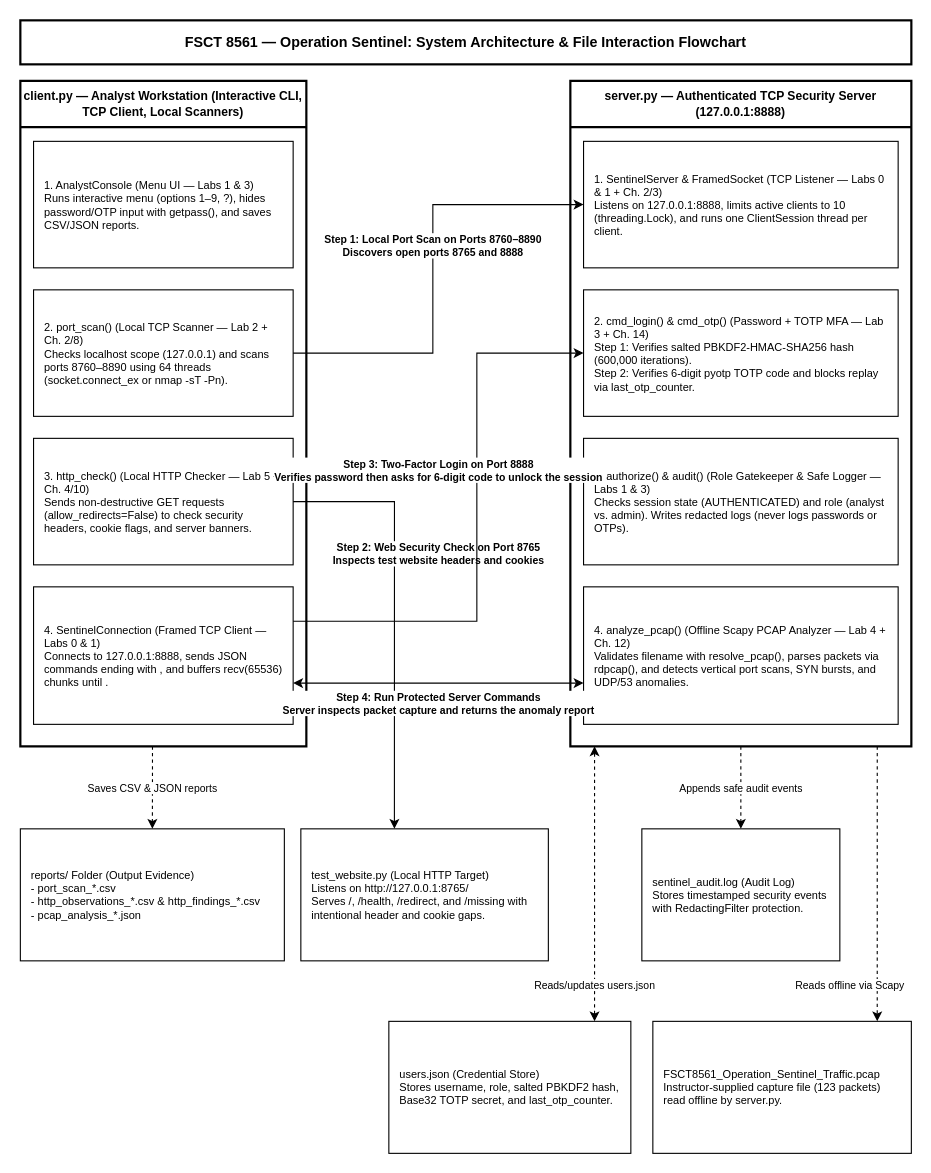
Earlier version of the draw.io diagram portrait.drawio (wotprizzleR6/FSCT8561-Midterm-Billy-Zandan). Source tidied: cells renumbered, new cells numbered last; positions are measured from the earlier drawing's top-left corner, leaving out a move shared by most shapes. Both pictures are drawn from the tidied source at 110%, with x=0, y=0 at pixel (20, 20).
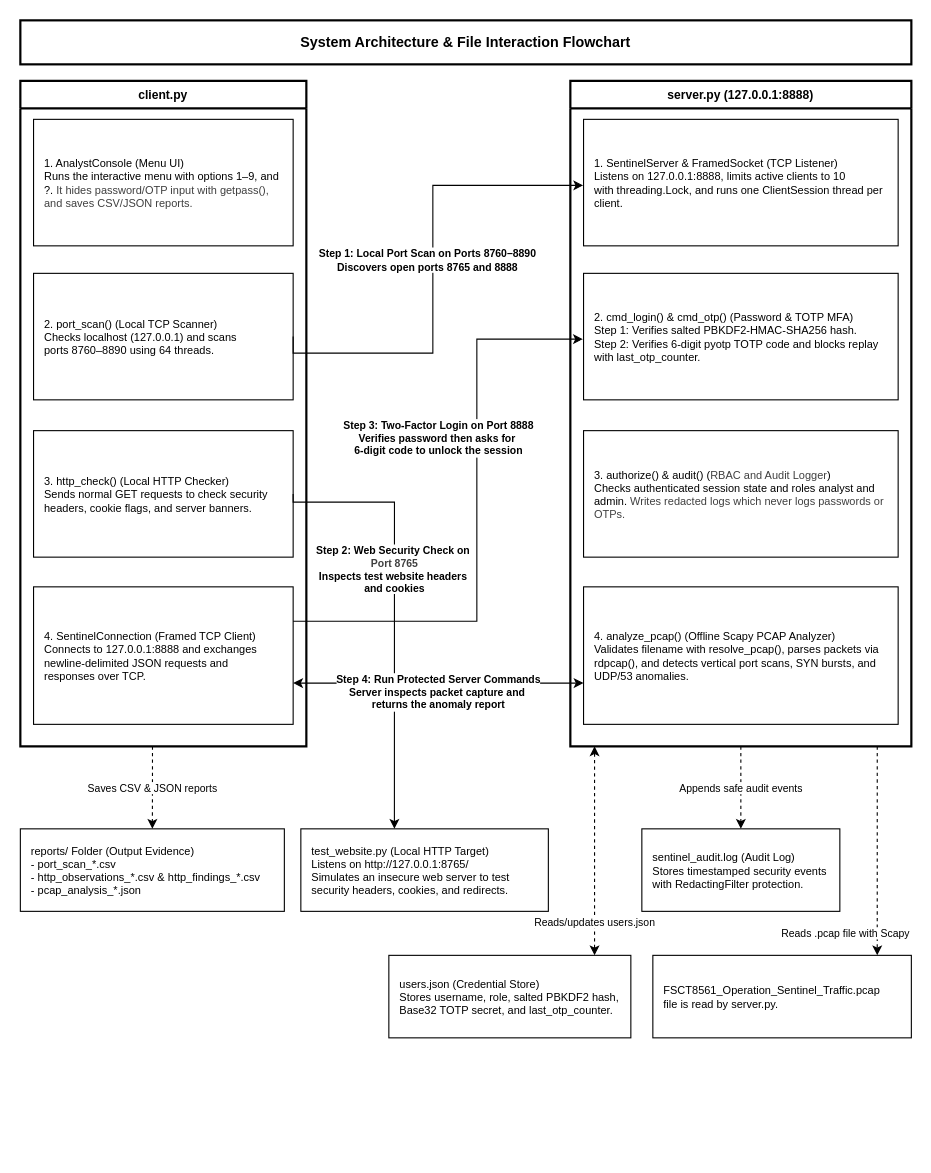
The same page after the edit.

Change to the diagram source:
```diff
@@
-    <mxCell id="2" value="&lt;b&gt;FSCT 8561 — Operation Sentinel: System Architecture &amp;amp; File Interaction Flowchart&lt;/b&gt;" style="rounded=0;whiteSpace=wrap;html=1;strokeWidth=2;fontSize=13;align=center;verticalAlign=middle;fillColor=#ffffff;strokeColor=#000000;" parent="1" vertex="1">
+    <mxCell id="2" value="&lt;b&gt;System Architecture &amp;amp; File Interaction Flowchart&lt;/b&gt;" style="rounded=0;whiteSpace=wrap;html=1;strokeWidth=2;fontSize=13;align=center;verticalAlign=middle;fillColor=#ffffff;strokeColor=#000000;" parent="1" vertex="1">
       <mxGeometry width="810" height="40" as="geometry" />
     </mxCell>
-    <mxCell id="3" value="&lt;b&gt;client.py — Analyst Workstation (Interactive CLI, TCP Client, Local Scanners)&lt;/b&gt;" style="swimlane;whiteSpace=wrap;html=1;startSize=42;strokeWidth=2;fontSize=11;fillColor=#ffffff;strokeColor=#000000;swimlaneFillColor=#ffffff;" parent="1" vertex="1">
+    <mxCell id="3" value="&lt;b&gt;client.py&lt;/b&gt;" style="swimlane;whiteSpace=wrap;html=1;startSize=25;strokeWidth=2;fontSize=11;fillColor=#ffffff;strokeColor=#000000;swimlaneFillColor=#ffffff;" parent="1" vertex="1">
       <mxGeometry y="55" width="260" height="605" as="geometry" />
     </mxCell>
-    <mxCell id="4" value="1. AnalystConsole (Menu UI — Labs 1 &amp;amp; 3)&lt;br&gt;Runs interactive menu (options 1–9, ?), hides password/OTP input with getpass(), and saves CSV/JSON reports." style="rounded=0;whiteSpace=wrap;html=1;align=left;verticalAlign=middle;spacingLeft=8;spacingRight=6;fontSize=10;fillColor=#ffffff;strokeColor=#000000;" parent="3" vertex="1">
-      <mxGeometry x="12" y="55" width="236" height="115" as="geometry" />
+    <mxCell id="4" value="1. AnalystConsole (Menu UI)&lt;br&gt;Runs the interactive menu with options 1–9, and ?.&amp;nbsp;&lt;span style=&quot;color: rgb(63, 63, 63); background-color: transparent;&quot;&gt;It hides password/OTP input with getpass(), and&amp;nbsp;&lt;/span&gt;&lt;span style=&quot;color: rgb(63, 63, 63); background-color: transparent;&quot;&gt;saves CSV/JSON reports.&lt;/span&gt;" style="rounded=0;whiteSpace=wrap;html=1;align=left;verticalAlign=middle;spacingLeft=8;spacingRight=6;fontSize=10;fillColor=#ffffff;strokeColor=#000000;" parent="3" vertex="1">
+      <mxGeometry x="12" y="35" width="236" height="115" as="geometry" />
     </mxCell>
-    <mxCell id="5" value="2. port_scan() (Local TCP Scanner — Lab 2 + Ch. 2/8)&lt;br&gt;Checks localhost scope (127.0.0.1) and scans ports 8760–8890 using 64 threads (socket.connect_ex or nmap -sT -Pn)." style="rounded=0;whiteSpace=wrap;html=1;align=left;verticalAlign=middle;spacingLeft=8;spacingRight=6;fontSize=10;fillColor=#ffffff;strokeColor=#000000;" parent="3" vertex="1">
-      <mxGeometry x="12" y="190" width="236" height="115" as="geometry" />
+    <mxCell id="5" value="2. port_scan() (Local TCP Scanner)&lt;br&gt;Checks localhost (127.0.0.1) and scans&amp;nbsp;&lt;div&gt;ports 8760–8890 using 64 threads.&lt;/div&gt;" style="rounded=0;whiteSpace=wrap;html=1;align=left;verticalAlign=middle;spacingLeft=8;spacingRight=6;fontSize=10;fillColor=#ffffff;strokeColor=#000000;" parent="3" vertex="1">
+      <mxGeometry x="12" y="175" width="236" height="115" as="geometry" />
     </mxCell>
-    <mxCell id="6" value="3. http_check() (Local HTTP Checker — Lab 5 + Ch. 4/10)&lt;br&gt;Sends non-destructive GET requests (allow_redirects=False) to check security headers, cookie flags, and server banners." style="rounded=0;whiteSpace=wrap;html=1;align=left;verticalAlign=middle;spacingLeft=8;spacingRight=6;fontSize=10;fillColor=#ffffff;strokeColor=#000000;" parent="3" vertex="1">
-      <mxGeometry x="12" y="325" width="236" height="115" as="geometry" />
+    <mxCell id="6" value="3. http_check() (Local HTTP Checker)&lt;br&gt;Sends normal GET requests to check security&amp;nbsp;&lt;div&gt;headers, cookie flags, and server banners.&lt;/div&gt;" style="rounded=0;whiteSpace=wrap;html=1;align=left;verticalAlign=middle;spacingLeft=8;spacingRight=6;fontSize=10;fillColor=#ffffff;strokeColor=#000000;" parent="3" vertex="1">
+      <mxGeometry x="12" y="318" width="236" height="115" as="geometry" />
     </mxCell>
-    <mxCell id="7" value="4. SentinelConnection (Framed TCP Client — Labs 0 &amp;amp; 1)&lt;br&gt;Connects to 127.0.0.1:8888, sends JSON commands ending with , and buffers recv(65536) chunks until ." style="rounded=0;whiteSpace=wrap;html=1;align=left;verticalAlign=middle;spacingLeft=8;spacingRight=6;fontSize=10;fillColor=#ffffff;strokeColor=#000000;" parent="3" vertex="1">
+    <mxCell id="7" value="4. SentinelConnection (Framed TCP Client)&lt;br&gt;Connects to 127.0.0.1:8888 and  exchanges&amp;nbsp;&lt;div&gt;newline-delimited JSON  requests and&amp;nbsp;&lt;/div&gt;&lt;div&gt;responses over TCP.&lt;/div&gt;" style="rounded=0;whiteSpace=wrap;html=1;align=left;verticalAlign=middle;spacingLeft=8;spacingRight=6;fontSize=10;fillColor=#ffffff;strokeColor=#000000;" parent="3" vertex="1">
       <mxGeometry x="12" y="460" width="236" height="125" as="geometry" />
     </mxCell>
-    <mxCell id="8" value="&lt;b&gt;server.py — Authenticated TCP Security Server (127.0.0.1:8888)&lt;/b&gt;" style="swimlane;whiteSpace=wrap;html=1;startSize=42;strokeWidth=2;fontSize=11;fillColor=#ffffff;strokeColor=#000000;swimlaneFillColor=#ffffff;" parent="1" vertex="1">
+    <mxCell id="8" value="&lt;b&gt;server.py (127.0.0.1:8888)&lt;/b&gt;" style="swimlane;whiteSpace=wrap;html=1;startSize=25;strokeWidth=2;fontSize=11;fillColor=#ffffff;strokeColor=#000000;swimlaneFillColor=#ffffff;" parent="1" vertex="1">
       <mxGeometry x="500" y="55" width="310" height="605" as="geometry" />
     </mxCell>
-    <mxCell id="9" value="1. SentinelServer &amp;amp; FramedSocket (TCP Listener — Labs 0 &amp;amp; 1 + Ch. 2/3)&lt;br&gt;Listens on 127.0.0.1:8888, limits active clients to 10 (threading.Lock), and runs one ClientSession thread per client." style="rounded=0;whiteSpace=wrap;html=1;align=left;verticalAlign=middle;spacingLeft=8;spacingRight=6;fontSize=10;fillColor=#ffffff;strokeColor=#000000;" parent="8" vertex="1">
-      <mxGeometry x="12" y="55" width="286" height="115" as="geometry" />
+    <mxCell id="9" value="1. SentinelServer &amp;amp; FramedSocket (TCP Listener)&lt;br&gt;Listens on 127.0.0.1:8888, limits active clients to 10&amp;nbsp;&lt;div&gt;with threading.Lock, and runs one ClientSession thread per client.&lt;/div&gt;" style="rounded=0;whiteSpace=wrap;html=1;align=left;verticalAlign=middle;spacingLeft=8;spacingRight=6;fontSize=10;fillColor=#ffffff;strokeColor=#000000;" parent="8" vertex="1">
+      <mxGeometry x="12" y="35" width="286" height="115" as="geometry" />
     </mxCell>
-    <mxCell id="10" value="2. cmd_login() &amp;amp; cmd_otp() (Password + TOTP MFA — Lab 3 + Ch. 14)&lt;br&gt;Step 1: Verifies salted PBKDF2-HMAC-SHA256 hash (600,000 iterations).&lt;br&gt;Step 2: Verifies 6-digit pyotp TOTP code and blocks replay via last_otp_counter." style="rounded=0;whiteSpace=wrap;html=1;align=left;verticalAlign=middle;spacingLeft=8;spacingRight=6;fontSize=10;fillColor=#ffffff;strokeColor=#000000;" parent="8" vertex="1">
-      <mxGeometry x="12" y="190" width="286" height="115" as="geometry" />
+    <mxCell id="10" value="2. cmd_login() &amp;amp; cmd_otp() (Password &amp;amp; TOTP MFA)&lt;br&gt;Step 1: Verifies salted PBKDF2-HMAC-SHA256 hash.&lt;br&gt;Step 2: Verifies 6-digit pyotp TOTP code and blocks replay with last_otp_counter." style="rounded=0;whiteSpace=wrap;html=1;align=left;verticalAlign=middle;spacingLeft=8;spacingRight=6;fontSize=10;fillColor=#ffffff;strokeColor=#000000;" parent="8" vertex="1">
+      <mxGeometry x="12" y="175" width="286" height="115" as="geometry" />
     </mxCell>
-    <mxCell id="11" value="3. authorize() &amp;amp; audit() (Role Gatekeeper &amp;amp; Safe Logger — Labs 1 &amp;amp; 3)&lt;br&gt;Checks session state (AUTHENTICATED) and role (analyst vs. admin). Writes redacted logs (never logs passwords or OTPs)." style="rounded=0;whiteSpace=wrap;html=1;align=left;verticalAlign=middle;spacingLeft=8;spacingRight=6;fontSize=10;fillColor=#ffffff;strokeColor=#000000;" parent="8" vertex="1">
-      <mxGeometry x="12" y="325" width="286" height="115" as="geometry" />
+    <mxCell id="11" value="3. authorize() &amp;amp; audit() (&lt;span style=&quot;color: rgb(63, 63, 63); scrollbar-color: rgba(139, 148, 158, 0.2) rgb(13, 17, 23); text-align: center;&quot;&gt;&lt;font&gt;RBAC and Audit Logger&lt;/font&gt;&lt;/span&gt;)&lt;br&gt;Checks authenticated session state and roles analyst and admin.&amp;nbsp;&lt;span style=&quot;color: rgb(63, 63, 63); background-color: transparent;&quot;&gt;Writes redacted logs which never logs passwords or OTPs.&lt;/span&gt;" style="rounded=0;whiteSpace=wrap;html=1;align=left;verticalAlign=middle;spacingLeft=8;spacingRight=6;fontSize=10;fillColor=#ffffff;strokeColor=#000000;" parent="8" vertex="1">
+      <mxGeometry x="12" y="318" width="286" height="115" as="geometry" />
     </mxCell>
-    <mxCell id="12" value="4. analyze_pcap() (Offline Scapy PCAP Analyzer — Lab 4 + Ch. 12)&lt;br&gt;Validates filename with resolve_pcap(), parses packets via rdpcap(), and detects vertical port scans, SYN bursts, and UDP/53 anomalies." style="rounded=0;whiteSpace=wrap;html=1;align=left;verticalAlign=middle;spacingLeft=8;spacingRight=6;fontSize=10;fillColor=#ffffff;strokeColor=#000000;" parent="8" vertex="1">
+    <mxCell id="12" value="4. analyze_pcap() (Offline Scapy PCAP Analyzer)&lt;br&gt;Validates filename with resolve_pcap(), parses packets via rdpcap(), and detects vertical port scans, SYN bursts, and UDP/53 anomalies." style="rounded=0;whiteSpace=wrap;html=1;align=left;verticalAlign=middle;spacingLeft=8;spacingRight=6;fontSize=10;fillColor=#ffffff;strokeColor=#000000;" parent="8" vertex="1">
       <mxGeometry x="12" y="460" width="286" height="125" as="geometry" />
     </mxCell>
     <mxCell id="13" value="reports/ Folder (Output Evidence)&lt;br&gt;- port_scan_*.csv&lt;br&gt;- http_observations_*.csv &amp;amp; http_findings_*.csv&lt;br&gt;- pcap_analysis_*.json" style="rounded=0;whiteSpace=wrap;html=1;align=left;verticalAlign=middle;spacingLeft=8;spacingRight=6;fontSize=10;fillColor=#ffffff;strokeColor=#000000;" parent="1" vertex="1">
-      <mxGeometry y="735" width="240" height="120" as="geometry" />
+      <mxGeometry y="735" width="240" height="75" as="geometry" />
     </mxCell>
-    <mxCell id="14" value="test_website.py (Local HTTP Target)&lt;br&gt;Listens on http://127.0.0.1:8765/&lt;br&gt;Serves /, /health, /redirect, and /missing with intentional header and cookie gaps." style="rounded=0;whiteSpace=wrap;html=1;align=left;verticalAlign=middle;spacingLeft=8;spacingRight=6;fontSize=10;fillColor=#ffffff;strokeColor=#000000;" parent="1" vertex="1">
-      <mxGeometry x="255" y="735" width="225" height="120" as="geometry" />
+    <mxCell id="14" value="test_website.py (Local HTTP Target)&lt;br&gt;Listens on http://127.0.0.1:8765/&lt;br&gt;Simulates an insecure web server to test security headers, cookies, and redirects." style="rounded=0;whiteSpace=wrap;html=1;align=left;verticalAlign=middle;spacingLeft=8;spacingRight=6;fontSize=10;fillColor=#ffffff;strokeColor=#000000;" parent="1" vertex="1">
+      <mxGeometry x="255" y="735" width="225" height="75" as="geometry" />
     </mxCell>
     <mxCell id="15" value="sentinel_audit.log (Audit Log)&lt;br&gt;Stores timestamped security events with RedactingFilter protection." style="rounded=0;whiteSpace=wrap;html=1;align=left;verticalAlign=middle;spacingLeft=8;spacingRight=6;fontSize=10;fillColor=#ffffff;strokeColor=#000000;" parent="1" vertex="1">
-      <mxGeometry x="565" y="735" width="180" height="120" as="geometry" />
+      <mxGeometry x="565" y="735" width="180" height="75" as="geometry" />
     </mxCell>
     <mxCell id="16" value="users.json (Credential Store)&lt;br&gt;Stores username, role, salted PBKDF2 hash, Base32 TOTP secret, and last_otp_counter." style="rounded=0;whiteSpace=wrap;html=1;align=left;verticalAlign=middle;spacingLeft=8;spacingRight=6;fontSize=10;fillColor=#ffffff;strokeColor=#000000;" parent="1" vertex="1">
-      <mxGeometry x="335" y="910" width="220" height="120" as="geometry" />
+      <mxGeometry x="335" y="850" width="220" height="75" as="geometry" />
     </mxCell>
-    <mxCell id="17" value="FSCT8561_Operation_Sentinel_Traffic.pcap&lt;br&gt;Instructor-supplied capture file (123 packets) read offline by server.py." style="rounded=0;whiteSpace=wrap;html=1;align=left;verticalAlign=middle;spacingLeft=8;spacingRight=6;fontSize=10;fillColor=#ffffff;strokeColor=#000000;" parent="1" vertex="1">
-      <mxGeometry x="575" y="910" width="235" height="120" as="geometry" />
+    <mxCell id="17" value="FSCT8561_Operation_Sentinel_Traffic.pcap&lt;br&gt;file is read by server.py." style="rounded=0;whiteSpace=wrap;html=1;align=left;verticalAlign=middle;spacingLeft=8;spacingRight=6;fontSize=10;fillColor=#ffffff;strokeColor=#000000;" parent="1" vertex="1">
+      <mxGeometry x="575" y="850" width="235" height="75" as="geometry" />
     </mxCell>
-    <mxCell id="18" value="&lt;b&gt;Step 1: Local Port Scan on Ports 8760–8890&lt;br&gt;Discovers open ports 8765 and 8888&lt;/b&gt;" style="edgeStyle=orthogonalEdgeStyle;rounded=0;jettySize=auto;html=1;exitX=1;exitY=0.5;exitDx=0;exitDy=0;entryX=0;entryY=0.5;entryDx=0;entryDy=0;endArrow=classic;fontSize=9.5;labelBackgroundColor=#ffffff;" parent="1" edge="1" source="5" target="9">
-      <mxGeometry relative="1" as="geometry">
+    <mxCell id="18" value="&lt;b&gt;Step 1: Local Port Scan on Ports 8760–8890&lt;br&gt;Discovers open ports 8765 and 8888&lt;/b&gt;" style="edgeStyle=orthogonalEdgeStyle;rounded=0;jettySize=auto;html=1;exitX=1;exitY=0.5;exitDx=0;exitDy=0;endArrow=classic;fontSize=9.5;labelBackgroundColor=#ffffff;entryX=-0.001;entryY=0.522;entryDx=0;entryDy=0;entryPerimeter=0;" parent="1" edge="1" source="5" target="9">
+      <mxGeometry x="0.05" y="5" relative="1" as="geometry">
         <Array as="points">
-          <mxPoint x="375" y="303" />
-          <mxPoint x="375" y="168" />
+          <mxPoint x="375" y="302.5" />
+          <mxPoint x="375" y="150" />
         </Array>
-        <mxPoint y="-25" as="offset" />
+        <mxPoint y="-1" as="offset" />
       </mxGeometry>
     </mxCell>
-    <mxCell id="19" value="&lt;b&gt;Step 2: Web Security Check on Port 8765&lt;br&gt;Inspects test website headers and cookies&lt;/b&gt;" style="edgeStyle=orthogonalEdgeStyle;rounded=0;jettySize=auto;html=1;exitX=1;exitY=0.5;exitDx=0;exitDy=0;entryX=0.378;entryY=0;entryDx=0;entryDy=0;entryPerimeter=0;endArrow=classic;fontSize=9.5;labelBackgroundColor=#ffffff;" parent="1" edge="1" source="6" target="14">
-      <mxGeometry relative="1" as="geometry">
+    <mxCell id="19" value="&lt;b&gt;Step 2: Web Security Check on&amp;nbsp;&lt;/b&gt;&lt;div&gt;&lt;b style=&quot;color: rgb(63, 63, 63); background-color: light-dark(rgb(255, 255, 255), rgb(18, 18, 18));&quot;&gt;Port 8765&lt;/b&gt;&lt;div&gt;&lt;b&gt;Inspects test website headers&amp;nbsp;&lt;/b&gt;&lt;/div&gt;&lt;div&gt;&lt;b&gt;and cookies&lt;/b&gt;&lt;/div&gt;&lt;/div&gt;" style="edgeStyle=orthogonalEdgeStyle;rounded=0;jettySize=auto;html=1;exitX=1;exitY=0.5;exitDx=0;exitDy=0;entryX=0.378;entryY=0;entryDx=0;entryDy=0;entryPerimeter=0;endArrow=classic;fontSize=9.5;labelBackgroundColor=#ffffff;" parent="1" edge="1" source="6" target="14">
+      <mxGeometry x="-0.19" relative="1" as="geometry">
         <Array as="points">
           <mxPoint x="340" y="438" />
         </Array>
-        <mxPoint x="40" y="-55" as="offset" />
       </mxGeometry>
     </mxCell>
-    <mxCell id="20" value="&lt;b&gt;Step 3: Two-Factor Login on Port 8888&lt;br&gt;Verifies password then asks for 6-digit code to unlock the session&lt;/b&gt;" style="edgeStyle=orthogonalEdgeStyle;rounded=0;jettySize=auto;html=1;exitX=1;exitY=0.25;exitDx=0;exitDy=0;entryX=0;entryY=0.5;entryDx=0;entryDy=0;endArrow=classic;fontSize=9.5;labelBackgroundColor=#ffffff;" parent="1" edge="1" source="7" target="10">
-      <mxGeometry relative="1" as="geometry">
+    <mxCell id="20" value="&lt;b&gt;Step 3: Two-Factor Login on Port 8888&lt;br&gt;Verifies password then asks for&amp;nbsp;&lt;/b&gt;&lt;div&gt;&lt;b&gt;6-digit code to unlock the session&lt;/b&gt;&lt;/div&gt;" style="edgeStyle=orthogonalEdgeStyle;rounded=0;jettySize=auto;html=1;exitX=1;exitY=0.25;exitDx=0;exitDy=0;entryX=-0.002;entryY=0.52;entryDx=0;entryDy=0;endArrow=classic;fontSize=9.5;labelBackgroundColor=#ffffff;entryPerimeter=0;" parent="1" edge="1" source="7" target="10">
+      <mxGeometry x="0.28" y="35" relative="1" as="geometry">
         <Array as="points">
-          <mxPoint x="415" y="546" />
-          <mxPoint x="415" y="303" />
+          <mxPoint x="415" y="546.3" />
+          <mxPoint x="415" y="289.8" />
         </Array>
-        <mxPoint x="-35" y="-50" as="offset" />
       </mxGeometry>
     </mxCell>
-    <mxCell id="21" value="&lt;b&gt;Step 4: Run Protected Server Commands&lt;br&gt;Server inspects packet capture and returns the anomaly report&lt;/b&gt;" style="edgeStyle=orthogonalEdgeStyle;rounded=0;jettySize=auto;html=1;exitX=1;exitY=0.7;exitDx=0;exitDy=0;entryX=0;entryY=0.7;entryDx=0;entryDy=0;startArrow=classic;endArrow=classic;fontSize=9.5;labelBackgroundColor=#ffffff;" parent="1" edge="1" source="7" target="12">
-      <mxGeometry relative="1" as="geometry">
-        <mxPoint y="18" as="offset" />
-      </mxGeometry>
+    <mxCell id="21" value="&lt;b&gt;Step 4: Run Protected Server Commands&lt;br&gt;Server inspects packet capture and&amp;nbsp;&lt;/b&gt;&lt;div&gt;&lt;b&gt;returns the anomaly report&lt;/b&gt;&lt;/div&gt;" style="edgeStyle=orthogonalEdgeStyle;rounded=0;jettySize=auto;html=1;exitX=1;exitY=0.7;exitDx=0;exitDy=0;entryX=0;entryY=0.7;entryDx=0;entryDy=0;startArrow=classic;endArrow=classic;fontSize=9.5;labelBackgroundColor=#ffffff;" parent="1" edge="1" source="7" target="12">
+      <mxGeometry y="-8" relative="1" as="geometry" />
     </mxCell>
@@
     <mxCell id="23" value="Reads/updates users.json" style="edgeStyle=orthogonalEdgeStyle;rounded=0;jettySize=auto;html=1;exitX=0.071;exitY=1;exitDx=0;exitDy=0;exitPerimeter=0;entryX=0.85;entryY=0;entryDx=0;entryDy=0;entryPerimeter=0;dashed=1;startArrow=classic;endArrow=classic;fontSize=9.5;labelBackgroundColor=#ffffff;" parent="1" edge="1" source="8" target="16">
-      <mxGeometry relative="1" as="geometry">
-        <mxPoint y="92" as="offset" />
-      </mxGeometry>
+      <mxGeometry x="0.68" relative="1" as="geometry" />
     </mxCell>
@@
-    <mxCell id="25" value="Reads offline via Scapy" style="edgeStyle=orthogonalEdgeStyle;rounded=0;jettySize=auto;html=1;exitX=0.9;exitY=1;exitDx=0;exitDy=0;exitPerimeter=0;entryX=0.868;entryY=0;entryDx=0;entryDy=0;entryPerimeter=0;dashed=1;endArrow=classic;fontSize=9.5;labelBackgroundColor=#ffffff;" parent="1" edge="1" source="8" target="17">
-      <mxGeometry relative="1" as="geometry">
-        <mxPoint x="-25" y="92" as="offset" />
-      </mxGeometry>
+    <mxCell id="25" value="Reads .pcap file with Scapy" style="edgeStyle=orthogonalEdgeStyle;rounded=0;jettySize=auto;html=1;exitX=0.9;exitY=1;exitDx=0;exitDy=0;exitPerimeter=0;entryX=0.868;entryY=0;entryDx=0;entryDy=0;entryPerimeter=0;dashed=1;endArrow=classic;fontSize=9.5;labelBackgroundColor=#ffffff;" parent="1" edge="1" source="8" target="17">
+      <mxGeometry x="0.79" y="-29" relative="1" as="geometry" />
     </mxCell>
```
